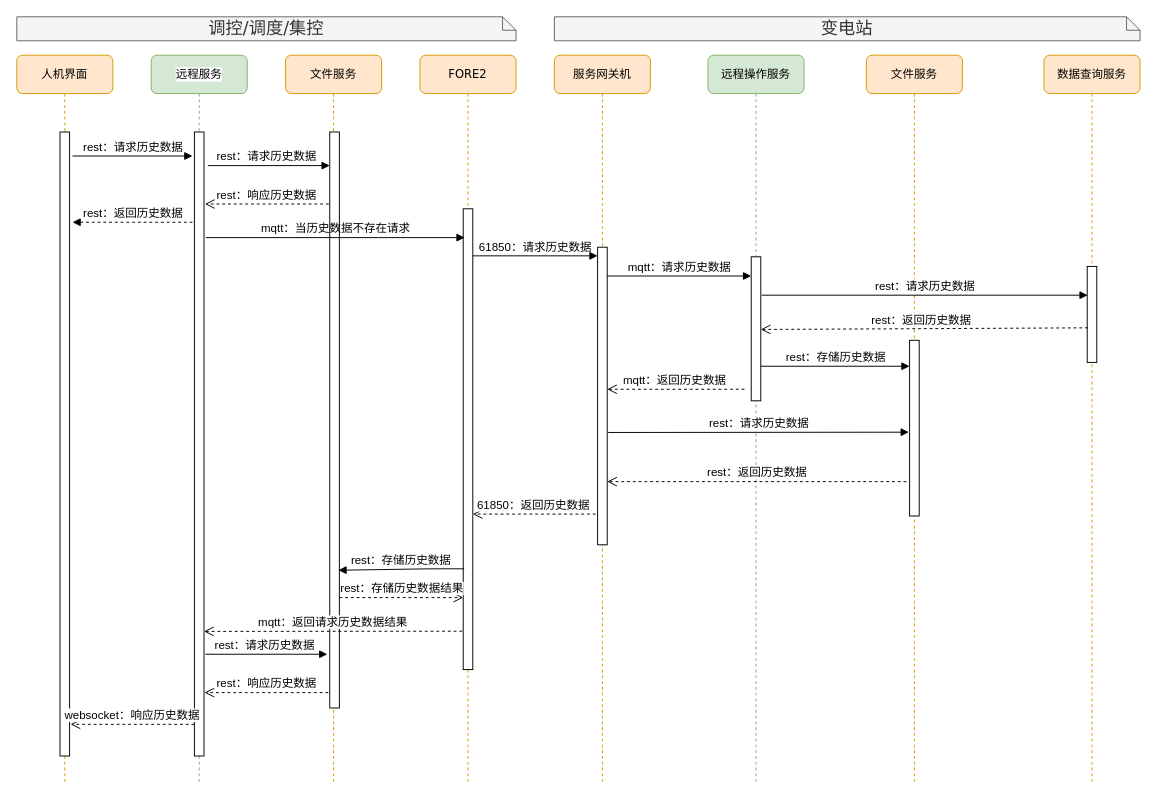
The draw.io diagram page "历史数据调阅" (1 of 4) of 远程服务.drawio in qwe995272801/taowenxiang, before the edit. Source tidied: cells renumbered, new cells numbered last; positions are measured from the earlier drawing's top-left corner, leaving out a move shared by most shapes. Both pictures are drawn from the tidied source at 96%, with x=0, y=0 at pixel (16, 16).
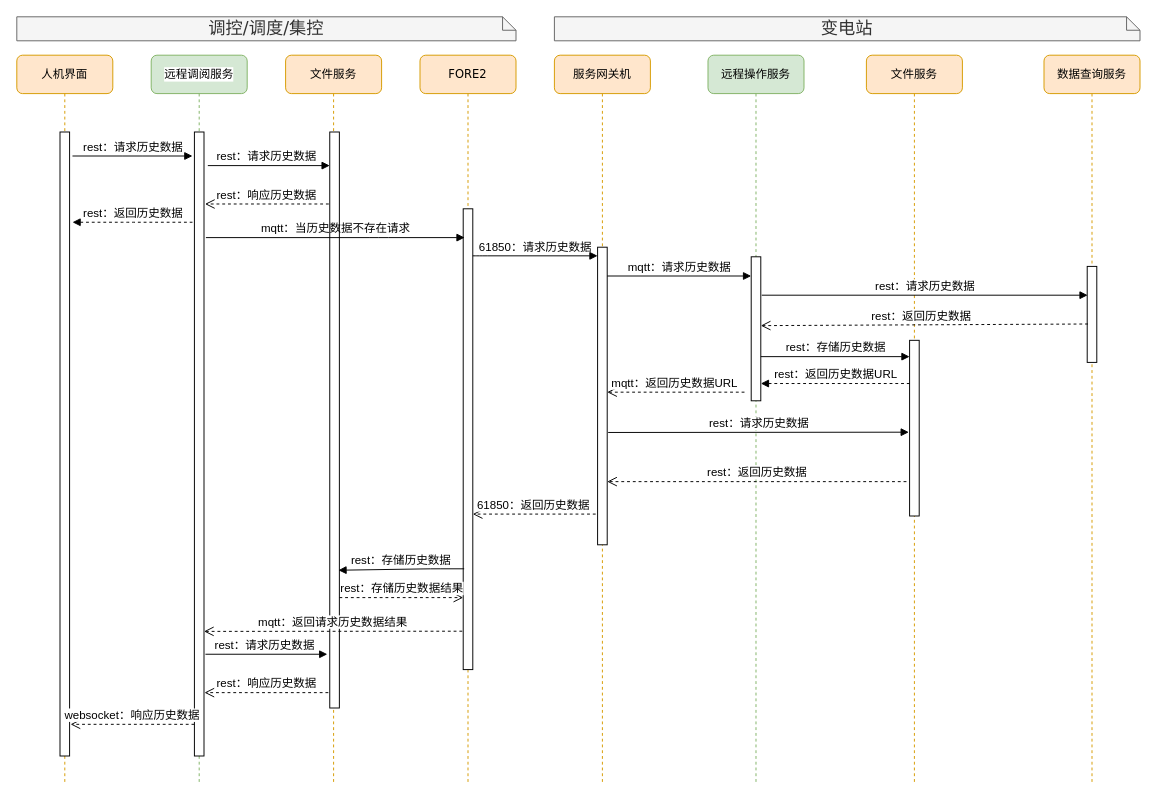
After the change.

What changed in the source:
```diff
@@
-    <mxCell id="2" value="远程服务" style="shape=umlLifeline;perimeter=lifelinePerimeter;whiteSpace=wrap;html=1;rounded=1;shadow=0;comic=0;labelBackgroundColor=#ffffff;strokeWidth=1;fontFamily=Verdana;fontSize=12;align=center;fillColor=#d5e8d4;strokeColor=#82b366;" parent="1" vertex="1">
+    <mxCell id="2" value="远程调阅服务" style="shape=umlLifeline;perimeter=lifelinePerimeter;whiteSpace=wrap;html=1;rounded=1;shadow=0;comic=0;labelBackgroundColor=#ffffff;strokeWidth=1;fontFamily=Verdana;fontSize=12;align=center;fillColor=#d5e8d4;strokeColor=#82b366;" parent="1" vertex="1">
       <mxGeometry x="140" y="40" width="100" height="760" as="geometry" />
     </mxCell>
@@
     <mxCell id="31" value="rest：返回历史数据" style="html=1;verticalAlign=bottom;endArrow=open;dashed=1;endSize=8;fontFamily=Helvetica;entryX=1;entryY=0.262;entryDx=0;entryDy=0;entryPerimeter=0;exitX=0.083;exitY=0.347;exitDx=0;exitDy=0;exitPerimeter=0;fontSize=12;" parent="1" edge="1">
       <mxGeometry x="0.02" relative="1" as="geometry">
-        <mxPoint x="1115.8" y="324" as="sourcePoint" />
-        <mxPoint x="775" y="325.7" as="targetPoint" />
+        <mxPoint x="1115.8" y="320" as="sourcePoint" />
+        <mxPoint x="775" y="321.7" as="targetPoint" />
       </mxGeometry>
     </mxCell>
@@
-    <mxCell id="33" value="mqtt：返回历史数据" style="html=1;verticalAlign=bottom;endArrow=open;dashed=1;endSize=8;fontFamily=Helvetica;entryX=1.2;entryY=0.9;entryDx=0;entryDy=0;entryPerimeter=0;fontSize=12;" parent="1" edge="1">
+    <mxCell id="33" value="mqtt：返回历史数据URL" style="html=1;verticalAlign=bottom;endArrow=open;dashed=1;endSize=8;fontFamily=Helvetica;entryX=1.2;entryY=0.9;entryDx=0;entryDy=0;entryPerimeter=0;fontSize=12;" parent="1" edge="1">
       <mxGeometry x="0.02" relative="1" as="geometry">
-        <mxPoint x="758" y="388" as="sourcePoint" />
-        <mxPoint x="615" y="388" as="targetPoint" />
+        <mxPoint x="758" y="391" as="sourcePoint" />
+        <mxPoint x="615" y="391" as="targetPoint" />
       </mxGeometry>
     </mxCell>
@@
     <mxCell id="38" value="rest：存储历史数据" style="html=1;verticalAlign=bottom;endArrow=block;fontFamily=Helvetica;fontSize=12;" parent="1" edge="1">
       <mxGeometry relative="1" as="geometry">
-        <mxPoint x="775" y="364" as="sourcePoint" />
-        <mxPoint x="930" y="364" as="targetPoint" />
+        <mxPoint x="775" y="354" as="sourcePoint" />
+        <mxPoint x="930" y="354" as="targetPoint" />
       </mxGeometry>
     </mxCell>
@@
+    <mxCell id="40" value="rest：返回历史数据URL" style="html=1;verticalAlign=bottom;endArrow=none;fontFamily=Helvetica;fontSize=12;startArrow=block;startFill=1;endFill=0;dashed=1;" parent="1" edge="1">
+      <mxGeometry relative="1" as="geometry">
+        <mxPoint x="775" y="382" as="sourcePoint" />
+        <mxPoint x="930" y="382" as="targetPoint" />
+      </mxGeometry>
+    </mxCell>
```
